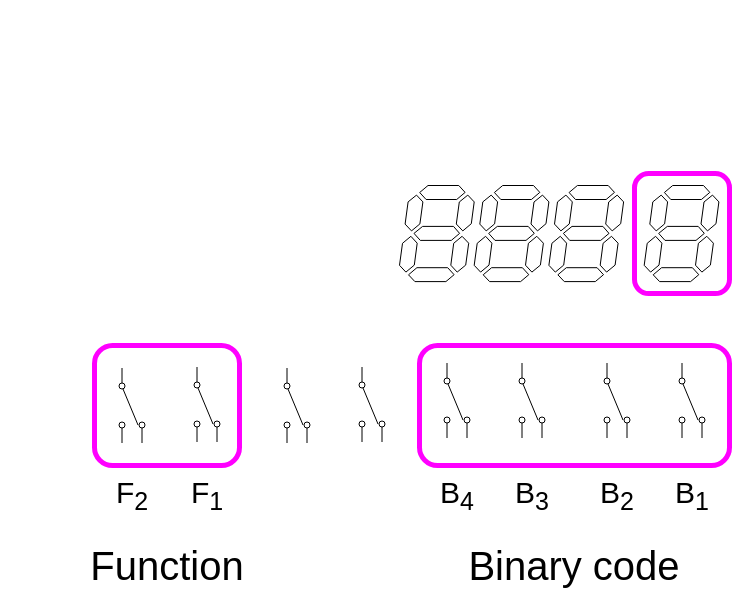
shanirub/cpp-project keeps this draw.io diagram as design.drawio. Above is the earlier version. Source tidied: cells renumbered, new cells numbered last; positions are measured from the earlier drawing's top-left corner, leaving out a move shared by most shapes. Both pictures are drawn from the tidied source at 100%, with x=0, y=0 at pixel (16, 173).
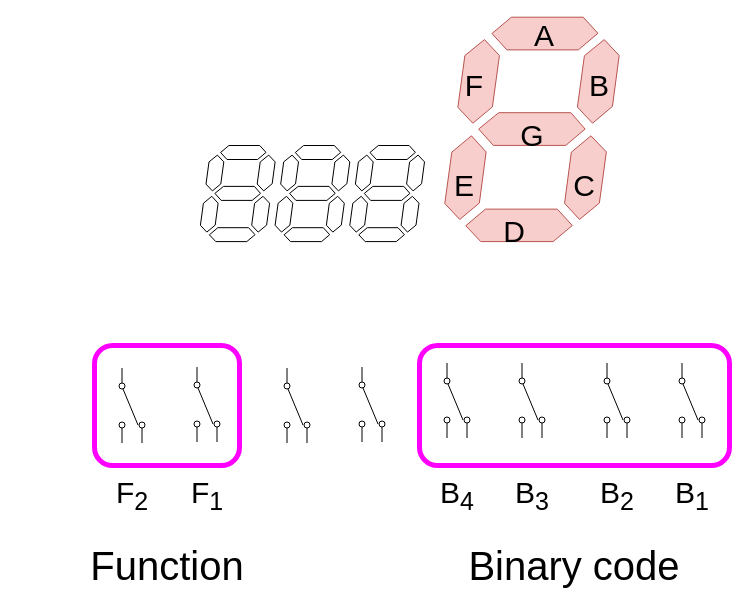
After the change.

Commit message:
added segments title

Diff of the diagram source:
```diff
@@
+    <mxCell id="14" style="rounded=1;whiteSpace=wrap;html=1;fillColor=none;strokeColor=#FF00FF;strokeWidth=5;" parent="1" vertex="1">
+      <mxGeometry x="403" y="172" width="310" height="120" as="geometry" />
+    </mxCell>
@@
     <mxCell id="10" style="verticalLabelPosition=bottom;shadow=0;dashed=0;align=center;html=1;verticalAlign=top;shape=mxgraph.electrical.opto_electronics.7_segment_display;" parent="1" vertex="1">
-      <mxGeometry x="383" y="12" width="74.7" height="96.1" as="geometry" />
+      <mxGeometry x="183.9" y="-28" width="74.7" height="96.1" as="geometry" />
     </mxCell>
     <mxCell id="11" style="verticalLabelPosition=bottom;shadow=0;dashed=0;align=center;html=1;verticalAlign=top;shape=mxgraph.electrical.opto_electronics.7_segment_display;" parent="1" vertex="1">
-      <mxGeometry x="457.7" y="12" width="74.7" height="96.1" as="geometry" />
+      <mxGeometry x="258.6" y="-28" width="74.7" height="96.1" as="geometry" />
     </mxCell>
     <mxCell id="12" style="verticalLabelPosition=bottom;shadow=0;dashed=0;align=center;html=1;verticalAlign=top;shape=mxgraph.electrical.opto_electronics.7_segment_display;" parent="1" vertex="1">
-      <mxGeometry x="532.4" y="12" width="74.7" height="96.1" as="geometry" />
+      <mxGeometry x="333.3" y="-28" width="74.7" height="96.1" as="geometry" />
     </mxCell>
-    <mxCell id="13" style="verticalLabelPosition=bottom;shadow=0;dashed=0;align=center;html=1;verticalAlign=top;shape=mxgraph.electrical.opto_electronics.7_segment_display;" parent="1" vertex="1">
-      <mxGeometry x="627.7" y="12" width="74.7" height="96.1" as="geometry" />
+    <mxCell id="13" style="verticalLabelPosition=bottom;shadow=0;dashed=0;align=center;html=1;verticalAlign=top;shape=mxgraph.electrical.opto_electronics.7_segment_display;fillColor=#f8cecc;strokeColor=#b85450;" parent="1" vertex="1">
+      <mxGeometry x="428.3" y="-156.3" width="174.4" height="224.4" as="geometry" />
     </mxCell>
-    <mxCell id="14" style="rounded=1;whiteSpace=wrap;html=1;fillColor=none;strokeColor=#FF00FF;strokeWidth=5;" parent="1" vertex="1">
-      <mxGeometry x="403" y="172" width="310" height="120" as="geometry" />
-    </mxCell>
@@
-    <mxCell id="16" style="rounded=1;whiteSpace=wrap;html=1;fillColor=none;strokeColor=#FF00FF;strokeWidth=5;" parent="1" vertex="1">
-      <mxGeometry x="618" y="0.1" width="95" height="120" as="geometry" />
-    </mxCell>
@@
+    <mxCell id="25" value="&lt;font style=&quot;font-size: 30px&quot;&gt;B&lt;/font&gt;" style="text;html=1;strokeColor=none;fillColor=none;align=center;verticalAlign=middle;whiteSpace=wrap;rounded=0;" parent="1" vertex="1">
+      <mxGeometry x="563" y="-98" width="40" height="20" as="geometry" />
+    </mxCell>
+    <mxCell id="26" value="&lt;font style=&quot;font-size: 30px&quot;&gt;A&lt;/font&gt;" style="text;html=1;strokeColor=none;fillColor=none;align=center;verticalAlign=middle;whiteSpace=wrap;rounded=0;" parent="1" vertex="1">
+      <mxGeometry x="508" y="-148" width="40" height="20" as="geometry" />
+    </mxCell>
+    <mxCell id="27" value="&lt;div&gt;&lt;font style=&quot;font-size: 30px&quot;&gt;C&lt;/font&gt;&lt;/div&gt;" style="text;html=1;strokeColor=none;fillColor=none;align=center;verticalAlign=middle;whiteSpace=wrap;rounded=0;" parent="1" vertex="1">
+      <mxGeometry x="548" y="2" width="40" height="20" as="geometry" />
+    </mxCell>
+    <mxCell id="28" value="&lt;font style=&quot;font-size: 30px&quot;&gt;D&lt;/font&gt;" style="text;html=1;strokeColor=none;fillColor=none;align=center;verticalAlign=middle;whiteSpace=wrap;rounded=0;" parent="1" vertex="1">
+      <mxGeometry x="478" y="48.1" width="40" height="20" as="geometry" />
+    </mxCell>
+    <mxCell id="29" value="&lt;font style=&quot;font-size: 30px&quot;&gt;E&lt;/font&gt;" style="text;html=1;strokeColor=none;fillColor=none;align=center;verticalAlign=middle;whiteSpace=wrap;rounded=0;" parent="1" vertex="1">
+      <mxGeometry x="428.3" y="2" width="40" height="20" as="geometry" />
+    </mxCell>
+    <mxCell id="30" value="&lt;font style=&quot;font-size: 30px&quot;&gt;F&lt;/font&gt;" style="text;html=1;strokeColor=none;fillColor=none;align=center;verticalAlign=middle;whiteSpace=wrap;rounded=0;" parent="1" vertex="1">
+      <mxGeometry x="438" y="-98" width="40" height="20" as="geometry" />
+    </mxCell>
+    <mxCell id="31" value="&lt;font style=&quot;font-size: 30px&quot;&gt;G&lt;/font&gt;" style="text;html=1;strokeColor=none;fillColor=none;align=center;verticalAlign=middle;whiteSpace=wrap;rounded=0;" parent="1" vertex="1">
+      <mxGeometry x="495.5" y="-48" width="40" height="20" as="geometry" />
+    </mxCell>
```
